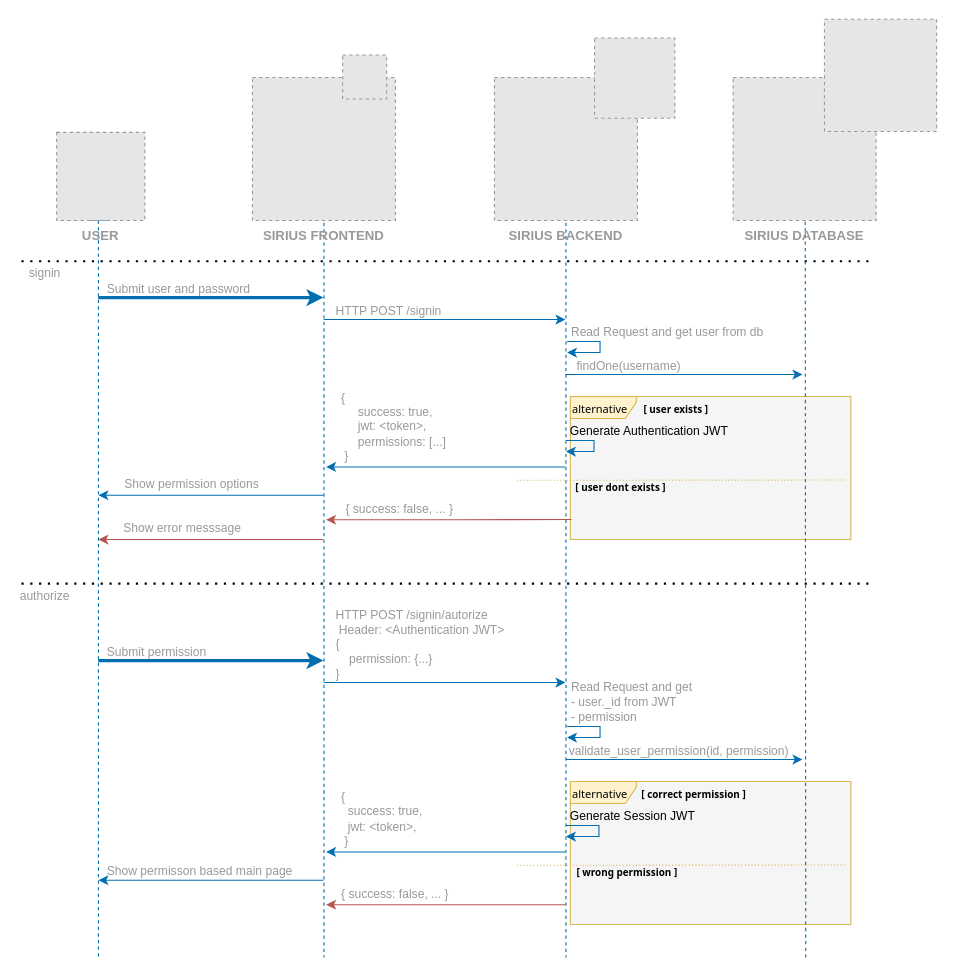
Earlier version of the draw.io diagram page "Auth" (3 of 4) of documentation/resources/Diagrams.drawio (opendicom/sirius-ris). Source tidied: cells renumbered, new cells numbered last; positions are measured from the earlier drawing's top-left corner, leaving out a move shared by most shapes. Both pictures are drawn from the tidied source at 110%, with x=0, y=0 at pixel (21, 19). Pictures stored in the file or linked from it are replaced by grey dashed boxes.
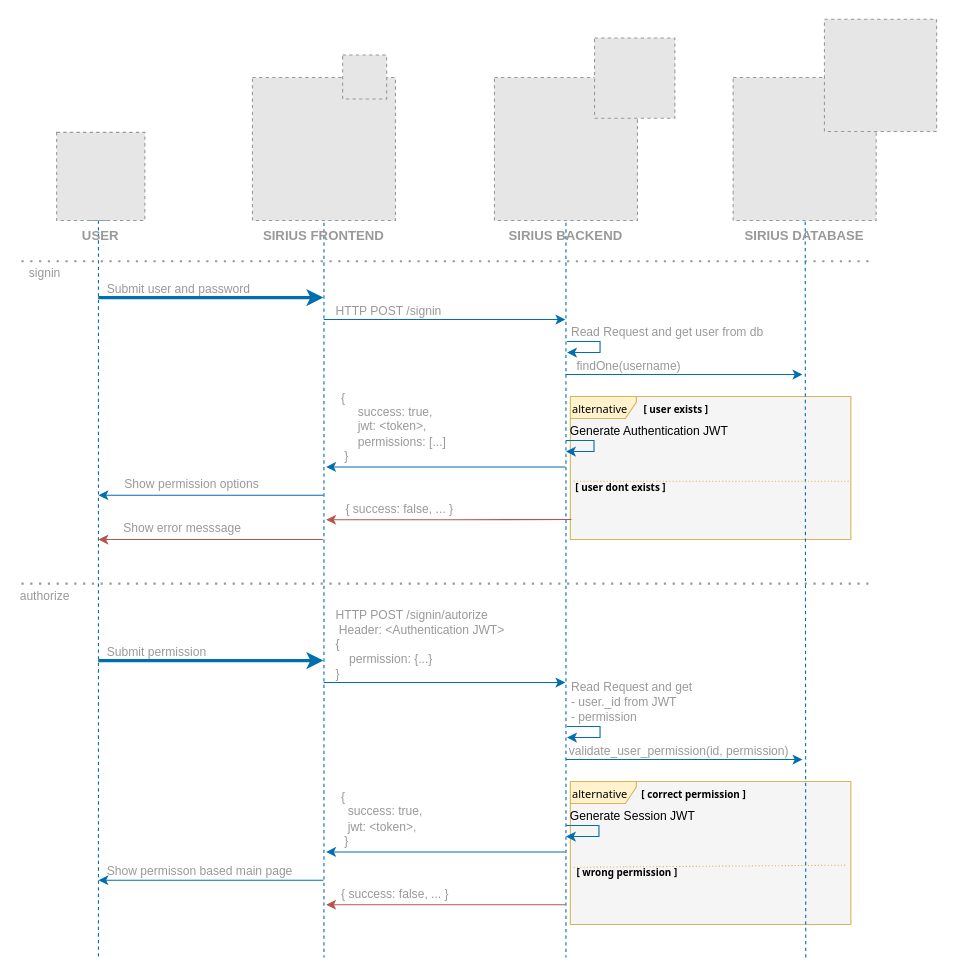
The same diagram, later.

The change refers to these unchanged cells:
```xml
<mxCell id="36" value="[ wrong permission ]" style="text;html=1;strokeColor=none;fillColor=none;align=left;verticalAlign=middle;whiteSpace=wrap;rounded=0;labelBackgroundColor=none;fontFamily=Tahoma;fontSize=9;fontStyle=1;spacingRight=0;spacingLeft=3;spacing=0;" parent="1" vertex="1">
  <mxGeometry x="502" y="766.3" width="245" height="18.7" as="geometry" />
</mxCell>
```

What changed in the source:
```diff
@@
-    <mxCell id="34" style="endArrow=none;dashed=1;html=1;dashPattern=1 2;strokeWidth=1;fontFamily=Tahoma;fontSize=10;align=left;verticalAlign=bottom;fillColor=#fff2cc;strokeColor=#d6b656;exitX=0.002;exitY=0.553;exitDx=0;exitDy=0;exitPerimeter=0;entryX=0.998;entryY=0.552;entryDx=0;entryDy=0;entryPerimeter=0;" parent="1" edge="1">
+    <mxCell id="34" style="endArrow=none;dashed=1;html=1;dashPattern=1 2;strokeWidth=1;fontFamily=Tahoma;fontSize=10;align=left;verticalAlign=bottom;fillColor=#fff2cc;strokeColor=#d6b656;exitX=0;exitY=0.25;exitDx=0;exitDy=0;" parent="1" edge="1" source="36">
       <mxGeometry x="470" y="723" as="geometry">
-        <mxPoint x="450.6" y="769.1" as="sourcePoint" />
-        <mxPoint x="749.4" y="768.9" as="targetPoint" />
+        <mxPoint x="750" y="769" as="targetPoint" />
       </mxGeometry>
     </mxCell>
@@
-    <mxCell id="43" style="endArrow=none;dashed=1;html=1;dashPattern=1 3;strokeWidth=2;" parent="1" edge="1">
+    <mxCell id="43" style="endArrow=none;dashed=1;html=1;dashPattern=1 3;strokeWidth=2;strokeColor=#999999;" parent="1" edge="1">
       <mxGeometry relative="1" as="geometry">
         <mxPoint y="513" as="sourcePoint" />
         <mxPoint x="770" y="513" as="targetPoint" />
       </mxGeometry>
     </mxCell>
@@
-    <mxCell id="45" style="endArrow=none;dashed=1;html=1;dashPattern=1 3;strokeWidth=2;" parent="1" edge="1">
+    <mxCell id="45" style="endArrow=none;dashed=1;html=1;dashPattern=1 3;strokeWidth=2;strokeColor=#999999;" parent="1" edge="1">
       <mxGeometry relative="1" as="geometry">
         <mxPoint y="220" as="sourcePoint" />
         <mxPoint x="770" y="220" as="targetPoint" />
       </mxGeometry>
     </mxCell>
@@
-    <mxCell id="48" style="endArrow=none;dashed=1;html=1;dashPattern=1 2;strokeWidth=1;fontFamily=Tahoma;fontSize=10;align=left;verticalAlign=bottom;fillColor=#fff2cc;strokeColor=#d6b656;exitX=0.002;exitY=0.553;exitDx=0;exitDy=0;exitPerimeter=0;entryX=0.998;entryY=0.552;entryDx=0;entryDy=0;entryPerimeter=0;" parent="1" edge="1">
-      <mxGeometry x="1180" y="413" as="geometry">
-        <mxPoint x="450.6" y="419.1" as="sourcePoint" />
-        <mxPoint x="749.4" y="418.9" as="targetPoint" />
+    <mxCell id="48" style="endArrow=none;dashed=1;html=1;dashPattern=1 2;strokeWidth=1;fontFamily=Tahoma;fontSize=10;align=left;verticalAlign=bottom;fillColor=#fff2cc;strokeColor=#d6b656;" parent="1" edge="1">
+      <mxGeometry x="1182" y="413" as="geometry">
+        <mxPoint x="502" y="420" as="sourcePoint" />
+        <mxPoint x="752" y="420" as="targetPoint" />
       </mxGeometry>
     </mxCell>
```
